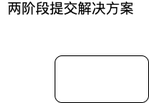
Earlier version of the draw.io export 关于分布式事务解决方案.drawio.png (LiuRuiXiang/dro). Source tidied: cells renumbered, new cells last; positions are measured from the earlier drawing's top-left corner, leaving out a move shared by most shapes.
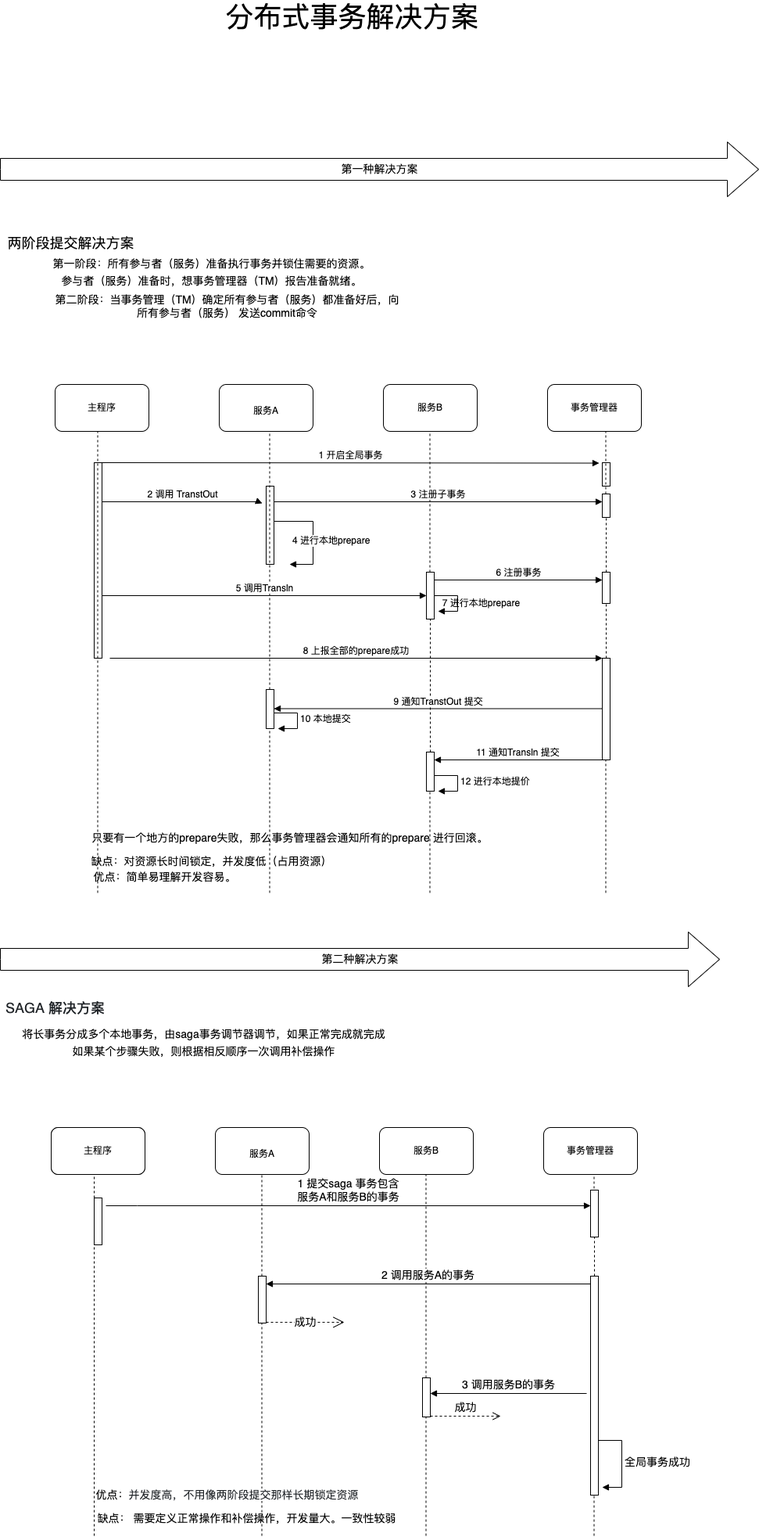
The same diagram one commit later.

Commit message:
更新关于分布式事务解决方案.drawio.png

What changed in the source:
```diff
@@ -2,11 +2,331 @@
   <root>
     <mxCell id="0" />
     <mxCell id="1" parent="0" />
-    <mxCell id="2" style="rounded=1;whiteSpace=wrap;html=1;" parent="1" vertex="1">
-      <mxGeometry x="70" y="70" width="120" height="60" as="geometry" />
+    <mxCell id="2" value="主程序" style="rounded=1;whiteSpace=wrap;html=1;" parent="1" vertex="1">
+      <mxGeometry x="30" y="150" width="120" height="60" as="geometry" />
     </mxCell>
     <mxCell id="3" value="&lt;font style=&quot;font-size: 18px&quot;&gt;两阶段提交解决方案&lt;br&gt;&lt;br&gt;&lt;/font&gt;" style="text;html=1;align=center;verticalAlign=middle;strokeColor=none;fillColor=none;" parent="1" vertex="1">
-      <mxGeometry width="180" height="40" as="geometry" />
+      <mxGeometry x="-40" y="-40" width="180" height="40" as="geometry" />
     </mxCell>
+    <mxCell id="4" value="&lt;font style=&quot;font-size: 14px&quot;&gt;第一阶段：所有参与者（服务）准备执行事务并锁住需要的资源。&lt;br&gt;参与者（服务）准备时，想事务管理器（TM）报告准备就绪。&lt;/font&gt;" style="text;html=1;align=center;verticalAlign=middle;strokeColor=none;fillColor=none;fontSize=18;" parent="1" vertex="1">
+      <mxGeometry x="20" y="-20" width="420" height="50" as="geometry" />
+    </mxCell>
+    <mxCell id="5" value="第二阶段：当事务管理（TM）确定所有参与者（服务）都准备好后，向&lt;br&gt;所有参与者（服务） 发送commit命令" style="text;html=1;align=center;verticalAlign=middle;strokeColor=none;fillColor=none;fontSize=14;" parent="1" vertex="1">
+      <mxGeometry x="20" y="30" width="460" height="40" as="geometry" />
+    </mxCell>
+    <mxCell id="6" value="&lt;font style=&quot;font-size: 12px&quot;&gt;服务A&lt;/font&gt;" style="rounded=1;whiteSpace=wrap;html=1;fontSize=24;" parent="1" vertex="1">
+      <mxGeometry x="240" y="150" width="120" height="60" as="geometry" />
+    </mxCell>
+    <mxCell id="7" value="服务B" style="rounded=1;whiteSpace=wrap;html=1;fontSize=12;" parent="1" vertex="1">
+      <mxGeometry x="450" y="150" width="120" height="60" as="geometry" />
+    </mxCell>
+    <mxCell id="8" value="事务管理器" style="rounded=1;whiteSpace=wrap;html=1;fontSize=12;" parent="1" vertex="1">
+      <mxGeometry x="660" y="150" width="120" height="60" as="geometry" />
+    </mxCell>
+    <mxCell id="9" style="html=1;perimeter=orthogonalPerimeter;fontSize=12;" parent="1" vertex="1">
+      <mxGeometry x="80" y="250" width="10" height="250" as="geometry" />
+    </mxCell>
+    <mxCell id="10" style="html=1;points=[];perimeter=orthogonalPerimeter;fontSize=12;" parent="1" vertex="1">
+      <mxGeometry x="730" y="250" width="10" height="30" as="geometry" />
+    </mxCell>
+    <mxCell id="11" value="1 开启全局事务" style="html=1;verticalAlign=bottom;endArrow=block;rounded=0;fontSize=12;entryX=-0.4;entryY=0.019;entryDx=0;entryDy=0;entryPerimeter=0;" parent="1" edge="1" target="10">
+      <mxGeometry relative="1" as="geometry">
+        <mxPoint x="90" y="250" as="sourcePoint" />
+      </mxGeometry>
+    </mxCell>
+    <mxCell id="12" style="html=1;points=[];perimeter=orthogonalPerimeter;fontSize=12;" parent="1" vertex="1">
+      <mxGeometry x="300" y="280" width="10" height="100" as="geometry" />
+    </mxCell>
+    <mxCell id="13" value="2 调用 TranstOut" style="html=1;verticalAlign=bottom;endArrow=block;rounded=0;fontSize=12;entryX=-0.5;entryY=0.22;entryDx=0;entryDy=0;entryPerimeter=0;" parent="1" edge="1" target="12">
+      <mxGeometry relative="1" as="geometry">
+        <mxPoint x="90" y="300" as="sourcePoint" />
+        <Array as="points">
+          <mxPoint x="290" y="300" />
+        </Array>
+      </mxGeometry>
+    </mxCell>
+    <mxCell id="14" style="endArrow=none;dashed=1;html=1;rounded=0;fontSize=12;" parent="1" edge="1">
+      <mxGeometry relative="1" as="geometry">
+        <mxPoint x="84.5" y="800" as="sourcePoint" />
+        <mxPoint x="84.5" y="210" as="targetPoint" />
+      </mxGeometry>
+    </mxCell>
+    <mxCell id="15" style="endArrow=none;dashed=1;html=1;rounded=0;fontSize=12;startArrow=none;" parent="1" edge="1" source="19">
+      <mxGeometry relative="1" as="geometry">
+        <mxPoint x="734.5" y="210" as="targetPoint" />
+      </mxGeometry>
+    </mxCell>
+    <mxCell id="16" style="endArrow=none;dashed=1;html=1;rounded=0;fontSize=12;startArrow=none;" parent="1" edge="1" source="23">
+      <mxGeometry relative="1" as="geometry">
+        <mxPoint x="509.5" y="210" as="targetPoint" />
+      </mxGeometry>
+    </mxCell>
+    <mxCell id="17" style="endArrow=none;dashed=1;html=1;rounded=0;fontSize=12;startArrow=none;" parent="1" edge="1" source="34">
+      <mxGeometry relative="1" as="geometry">
+        <mxPoint x="304.5" y="210" as="targetPoint" />
+      </mxGeometry>
+    </mxCell>
+    <mxCell id="18" value="3 注册子事务" style="html=1;verticalAlign=bottom;endArrow=block;rounded=0;fontSize=12;" parent="1" edge="1" target="19">
+      <mxGeometry relative="1" as="geometry">
+        <mxPoint x="310" y="300" as="sourcePoint" />
+      </mxGeometry>
+    </mxCell>
+    <mxCell id="19" style="html=1;points=[];perimeter=orthogonalPerimeter;fontSize=12;" parent="1" vertex="1">
+      <mxGeometry x="730" y="290" width="10" height="30" as="geometry" />
+    </mxCell>
+    <mxCell id="20" style="endArrow=none;dashed=1;html=1;rounded=0;fontSize=12;startArrow=none;" parent="1" edge="1" source="26" target="19">
+      <mxGeometry relative="1" as="geometry" />
+    </mxCell>
+    <mxCell id="21" value="4 进行本地prepare" style="edgeStyle=orthogonalEdgeStyle;html=1;align=left;spacingLeft=2;endArrow=block;rounded=0;fontSize=12;" parent="1" edge="1">
+      <mxGeometry x="-0.7" y="-25" relative="1" as="geometry">
+        <mxPoint x="310" y="325" as="sourcePoint" />
+        <mxPoint x="330" y="380" as="targetPoint" />
+        <Array as="points">
+          <mxPoint x="360" y="325" />
+          <mxPoint x="360" y="380" />
+        </Array>
+      </mxGeometry>
+    </mxCell>
+    <mxCell id="22" value="5 调用Transln" style="html=1;verticalAlign=bottom;endArrow=block;rounded=0;fontSize=12;" parent="1" edge="1" target="23">
+      <mxGeometry relative="1" as="geometry">
+        <mxPoint x="90" y="420" as="sourcePoint" />
+      </mxGeometry>
+    </mxCell>
+    <mxCell id="23" style="html=1;points=[];perimeter=orthogonalPerimeter;fontSize=12;" parent="1" vertex="1">
+      <mxGeometry x="505" y="390" width="10" height="60" as="geometry" />
+    </mxCell>
+    <mxCell id="24" style="endArrow=none;dashed=1;html=1;rounded=0;fontSize=12;startArrow=none;" parent="1" edge="1" source="38" target="23">
+      <mxGeometry relative="1" as="geometry" />
+    </mxCell>
+    <mxCell id="25" value="6 注册事务" style="html=1;verticalAlign=bottom;endArrow=block;rounded=0;fontSize=12;" parent="1" edge="1" target="26">
+      <mxGeometry relative="1" as="geometry">
+        <mxPoint x="515" y="400" as="sourcePoint" />
+      </mxGeometry>
+    </mxCell>
+    <mxCell id="26" style="html=1;points=[];perimeter=orthogonalPerimeter;fontSize=12;" parent="1" vertex="1">
+      <mxGeometry x="730" y="390" width="10" height="40" as="geometry" />
+    </mxCell>
+    <mxCell id="27" style="endArrow=none;dashed=1;html=1;rounded=0;fontSize=12;startArrow=none;" parent="1" edge="1" source="31" target="26">
+      <mxGeometry relative="1" as="geometry" />
+    </mxCell>
+    <mxCell id="28" style="edgeStyle=orthogonalEdgeStyle;html=1;align=left;spacingLeft=2;endArrow=block;rounded=0;entryX=1;entryY=0;fontSize=12;" parent="1" edge="1">
+      <mxGeometry relative="1" as="geometry">
+        <mxPoint x="515" y="420" as="sourcePoint" />
+        <mxPoint x="520" y="440" as="targetPoint" />
+        <Array as="points">
+          <mxPoint x="545" y="420" />
+        </Array>
+      </mxGeometry>
+    </mxCell>
+    <mxCell id="29" value="7 进行本地prepare" style="text;html=1;align=center;verticalAlign=middle;strokeColor=none;fillColor=none;fontSize=12;" parent="1" vertex="1">
+      <mxGeometry x="515" y="420" width="120" height="20" as="geometry" />
+    </mxCell>
+    <mxCell id="30" value="8 上报全部的prepare成功" style="html=1;verticalAlign=bottom;endArrow=block;rounded=0;fontSize=12;" parent="1" edge="1" target="31">
+      <mxGeometry relative="1" as="geometry">
+        <mxPoint x="100" y="500" as="sourcePoint" />
+      </mxGeometry>
+    </mxCell>
+    <mxCell id="31" style="html=1;points=[];perimeter=orthogonalPerimeter;fontSize=12;" parent="1" vertex="1">
+      <mxGeometry x="730" y="500" width="10" height="130" as="geometry" />
+    </mxCell>
+    <mxCell id="32" style="endArrow=none;dashed=1;html=1;rounded=0;fontSize=12;" parent="1" edge="1" target="31">
+      <mxGeometry relative="1" as="geometry">
+        <mxPoint x="734.5" y="800" as="sourcePoint" />
+      </mxGeometry>
+    </mxCell>
+    <mxCell id="33" value="9 通知TranstOut 提交" style="html=1;verticalAlign=bottom;endArrow=block;rounded=0;fontSize=12;" parent="1" edge="1" target="34">
+      <mxGeometry relative="1" as="geometry">
+        <mxPoint x="730" y="564.5" as="sourcePoint" />
+      </mxGeometry>
+    </mxCell>
+    <mxCell id="34" style="html=1;points=[];perimeter=orthogonalPerimeter;fontSize=12;" parent="1" vertex="1">
+      <mxGeometry x="300" y="540" width="10" height="50" as="geometry" />
+    </mxCell>
+    <mxCell id="35" style="endArrow=none;dashed=1;html=1;rounded=0;fontSize=12;" parent="1" edge="1" target="34">
+      <mxGeometry relative="1" as="geometry">
+        <mxPoint x="304.5" y="800" as="sourcePoint" />
+      </mxGeometry>
+    </mxCell>
+    <mxCell id="36" value="10 本地提交" style="edgeStyle=orthogonalEdgeStyle;html=1;align=left;spacingLeft=2;endArrow=block;rounded=0;entryX=1;entryY=0;fontSize=12;" parent="1" edge="1">
+      <mxGeometry relative="1" as="geometry">
+        <mxPoint x="310" y="570" as="sourcePoint" />
+        <mxPoint x="315" y="590" as="targetPoint" />
+        <Array as="points">
+          <mxPoint x="340" y="570" />
+        </Array>
+      </mxGeometry>
+    </mxCell>
+    <mxCell id="37" value="11 通知Transln 提交" style="html=1;verticalAlign=bottom;endArrow=block;rounded=0;fontSize=12;" parent="1" edge="1" target="38">
+      <mxGeometry relative="1" as="geometry">
+        <mxPoint x="730" y="630" as="sourcePoint" />
+      </mxGeometry>
+    </mxCell>
+    <mxCell id="38" style="html=1;points=[];perimeter=orthogonalPerimeter;fontSize=12;" parent="1" vertex="1">
+      <mxGeometry x="505" y="620" width="10" height="50" as="geometry" />
+    </mxCell>
+    <mxCell id="39" style="endArrow=none;dashed=1;html=1;rounded=0;fontSize=12;" parent="1" edge="1" target="38">
+      <mxGeometry relative="1" as="geometry">
+        <mxPoint x="509.5" y="800" as="sourcePoint" />
+      </mxGeometry>
+    </mxCell>
+    <mxCell id="40" value="12 进行本地提价" style="edgeStyle=orthogonalEdgeStyle;html=1;align=left;spacingLeft=2;endArrow=block;rounded=0;entryX=1;entryY=0;fontSize=12;" parent="1" edge="1">
+      <mxGeometry relative="1" as="geometry">
+        <mxPoint x="515" y="650" as="sourcePoint" />
+        <mxPoint x="520" y="670" as="targetPoint" />
+        <Array as="points">
+          <mxPoint x="545" y="650" />
+        </Array>
+      </mxGeometry>
+    </mxCell>
+    <mxCell id="41" value="&lt;span style=&quot;font-size: 14px&quot;&gt;只要有一个地方的prepare失败，那么事务管理器会通知所有的prepare 进行回滚。&lt;/span&gt;" style="text;html=1;align=center;verticalAlign=middle;strokeColor=none;fillColor=none;fontSize=12;" parent="1" vertex="1">
+      <mxGeometry x="70" y="720" width="520" height="20" as="geometry" />
+    </mxCell>
+    <mxCell id="42" value="缺点：对资源长时间锁定，并发度低（占用资源）" style="text;html=1;align=center;verticalAlign=middle;strokeColor=none;fillColor=none;fontSize=14;" parent="1" vertex="1">
+      <mxGeometry x="70" y="750" width="320" height="20" as="geometry" />
+    </mxCell>
+    <mxCell id="43" value="优点：简单易理解开发容易。" style="text;html=1;align=center;verticalAlign=middle;strokeColor=none;fillColor=none;fontSize=14;" parent="1" vertex="1">
+      <mxGeometry x="70" y="770" width="200" height="20" as="geometry" />
+    </mxCell>
+    <mxCell id="44" value="第二种解决方案" style="html=1;shadow=0;dashed=0;align=center;verticalAlign=middle;shape=mxgraph.arrows2.arrow;dy=0.6;dx=40;notch=0;fontSize=14;" parent="1" vertex="1">
+      <mxGeometry x="-40" y="850" width="920" height="70" as="geometry" />
+    </mxCell>
+    <mxCell id="45" value="第一种解决方案" style="html=1;shadow=0;dashed=0;align=center;verticalAlign=middle;shape=mxgraph.arrows2.arrow;dy=0.6;dx=40;notch=0;fontSize=14;" parent="1" vertex="1">
+      <mxGeometry x="-40" y="-160" width="970" height="70" as="geometry" />
+    </mxCell>
+    <mxCell id="46" value="&lt;span style=&quot;font-size: 36px&quot;&gt;分布式事务解决方案&lt;/span&gt;" style="text;html=1;align=center;verticalAlign=middle;strokeColor=none;fillColor=none;fontSize=14;" parent="1" vertex="1">
+      <mxGeometry x="240" y="-335" width="340" height="30" as="geometry" />
+    </mxCell>
+    <mxCell id="47" value="&lt;h3 id=&quot;item-2-6&quot; style=&quot;box-sizing: border-box ; margin: 2.25rem 0px 1rem ; font-weight: 500 ; line-height: 1.2 ; color: rgb(33 , 37 , 41) ; background-color: rgb(255 , 255 , 255)&quot;&gt;&lt;font style=&quot;font-size: 18px&quot;&gt;SAGA 解决方案&lt;/font&gt;&lt;/h3&gt;" style="text;html=1;align=center;verticalAlign=middle;strokeColor=none;fillColor=none;fontSize=36;" parent="1" vertex="1">
+      <mxGeometry x="-40" y="875" width="140" height="110" as="geometry" />
+    </mxCell>
+    <mxCell id="48" value="&lt;font style=&quot;font-size: 14px&quot;&gt;将长事务分成多个本地事务，由saga事务调节器调节，如果正常完成就完成&lt;br&gt;如果某个步骤失败，则根据相反顺序一次调用补偿操作&lt;br&gt;&lt;/font&gt;" style="text;html=1;align=center;verticalAlign=middle;strokeColor=none;fillColor=none;fontSize=18;" parent="1" vertex="1">
+      <mxGeometry x="-20" y="965" width="480" height="50" as="geometry" />
+    </mxCell>
+    <mxCell id="49" value="主程序" style="rounded=1;whiteSpace=wrap;html=1;fontSize=14;" parent="1" vertex="1">
+      <mxGeometry x="25" y="1100" width="120" height="60" as="geometry" />
+    </mxCell>
+    <mxCell id="50" value="主程序" style="rounded=1;whiteSpace=wrap;html=1;" parent="1" vertex="1">
+      <mxGeometry x="25" y="1100" width="120" height="60" as="geometry" />
+    </mxCell>
+    <mxCell id="51" value="&lt;font style=&quot;font-size: 12px&quot;&gt;服务A&lt;/font&gt;" style="rounded=1;whiteSpace=wrap;html=1;fontSize=24;" parent="1" vertex="1">
+      <mxGeometry x="235" y="1100" width="120" height="60" as="geometry" />
+    </mxCell>
+    <mxCell id="52" value="服务B" style="rounded=1;whiteSpace=wrap;html=1;fontSize=12;" parent="1" vertex="1">
+      <mxGeometry x="445" y="1100" width="120" height="60" as="geometry" />
+    </mxCell>
+    <mxCell id="53" value="事务管理器" style="rounded=1;whiteSpace=wrap;html=1;fontSize=12;" parent="1" vertex="1">
+      <mxGeometry x="655" y="1100" width="120" height="60" as="geometry" />
+    </mxCell>
+    <mxCell id="54" style="endArrow=none;dashed=1;html=1;rounded=0;fontSize=14;startArrow=none;" parent="1" edge="1" source="58">
+      <mxGeometry relative="1" as="geometry">
+        <mxPoint x="80" y="1160" as="targetPoint" />
+      </mxGeometry>
+    </mxCell>
+    <mxCell id="55" style="endArrow=none;dashed=1;html=1;rounded=0;fontSize=14;startArrow=none;" parent="1" edge="1" source="68">
+      <mxGeometry relative="1" as="geometry">
+        <mxPoint x="294.5" y="1160" as="targetPoint" />
+      </mxGeometry>
+    </mxCell>
+    <mxCell id="56" style="endArrow=none;dashed=1;html=1;rounded=0;fontSize=14;startArrow=none;" parent="1" edge="1" source="72">
+      <mxGeometry relative="1" as="geometry">
+        <mxPoint x="504.5" y="1160" as="targetPoint" />
+      </mxGeometry>
+    </mxCell>
+    <mxCell id="57" style="endArrow=none;dashed=1;html=1;rounded=0;fontSize=14;startArrow=none;" parent="1" edge="1" source="61">
+      <mxGeometry relative="1" as="geometry">
+        <mxPoint x="719.5" y="1160" as="targetPoint" />
+      </mxGeometry>
+    </mxCell>
+    <mxCell id="58" style="html=1;points=[];perimeter=orthogonalPerimeter;fontSize=14;" parent="1" vertex="1">
+      <mxGeometry x="80" y="1190" width="10" height="60" as="geometry" />
+    </mxCell>
+    <mxCell id="59" style="endArrow=none;dashed=1;html=1;rounded=0;fontSize=14;" parent="1" edge="1" target="58">
+      <mxGeometry relative="1" as="geometry">
+        <mxPoint x="80" y="1622" as="sourcePoint" />
+      </mxGeometry>
+    </mxCell>
+    <mxCell id="60" value="1 提交saga 事务包含&lt;br&gt;服务A和服务B的事务" style="html=1;verticalAlign=bottom;endArrow=block;rounded=0;fontSize=14;" parent="1" edge="1" target="63">
+      <mxGeometry relative="1" as="geometry">
+        <mxPoint x="95" y="1200" as="sourcePoint" />
+        <Array as="points">
+          <mxPoint x="135" y="1200" />
+        </Array>
+      </mxGeometry>
+    </mxCell>
+    <mxCell id="61" style="html=1;points=[];perimeter=orthogonalPerimeter;fontSize=14;" parent="1" vertex="1">
+      <mxGeometry x="715" y="1190" width="10" height="40" as="geometry" />
+    </mxCell>
+    <mxCell id="62" style="endArrow=none;dashed=1;html=1;rounded=0;fontSize=14;startArrow=none;" parent="1" edge="1" source="63" target="61">
+      <mxGeometry relative="1" as="geometry" />
+    </mxCell>
+    <mxCell id="63" style="html=1;points=[];perimeter=orthogonalPerimeter;fontSize=14;" parent="1" vertex="1">
+      <mxGeometry x="715" y="1180" width="10" height="60" as="geometry" />
+    </mxCell>
+    <mxCell id="64" style="endArrow=none;dashed=1;html=1;rounded=0;fontSize=14;startArrow=none;" parent="1" edge="1" source="65" target="63">
+      <mxGeometry relative="1" as="geometry" />
+    </mxCell>
+    <mxCell id="65" style="html=1;points=[];perimeter=orthogonalPerimeter;fontSize=14;" parent="1" vertex="1">
+      <mxGeometry x="715" y="1290" width="10" height="280" as="geometry" />
+    </mxCell>
+    <mxCell id="66" style="endArrow=none;dashed=1;html=1;rounded=0;fontSize=14;" parent="1" edge="1" target="65">
+      <mxGeometry relative="1" as="geometry">
+        <mxPoint x="719.5" y="1622" as="sourcePoint" />
+      </mxGeometry>
+    </mxCell>
+    <mxCell id="67" value="2 调用服务A的事务" style="html=1;verticalAlign=bottom;endArrow=block;rounded=0;fontSize=14;" parent="1" edge="1" target="68">
+      <mxGeometry relative="1" as="geometry">
+        <mxPoint x="715" y="1300" as="sourcePoint" />
+      </mxGeometry>
+    </mxCell>
+    <mxCell id="68" style="html=1;points=[];perimeter=orthogonalPerimeter;fontSize=14;" parent="1" vertex="1">
+      <mxGeometry x="290" y="1290" width="10" height="60" as="geometry" />
+    </mxCell>
+    <mxCell id="69" style="endArrow=none;dashed=1;html=1;rounded=0;fontSize=14;" parent="1" edge="1" target="68">
+      <mxGeometry relative="1" as="geometry">
+        <mxPoint x="294.5" y="1622" as="sourcePoint" />
+      </mxGeometry>
+    </mxCell>
+    <mxCell id="70" value="成功" style="endArrow=open;endSize=12;dashed=1;html=1;rounded=0;fontSize=14;" parent="1" edge="1">
+      <mxGeometry relative="1" as="geometry">
+        <mxPoint x="300" y="1349" as="sourcePoint" />
+        <mxPoint x="400" y="1349" as="targetPoint" />
+      </mxGeometry>
+    </mxCell>
+    <mxCell id="71" value="3 调用服务B的事务" style="html=1;verticalAlign=bottom;endArrow=block;rounded=0;fontSize=14;" parent="1" edge="1" target="72">
+      <mxGeometry relative="1" as="geometry">
+        <mxPoint x="710" y="1440" as="sourcePoint" />
+      </mxGeometry>
+    </mxCell>
+    <mxCell id="72" style="html=1;points=[];perimeter=orthogonalPerimeter;fontSize=14;" parent="1" vertex="1">
+      <mxGeometry x="500" y="1420" width="10" height="50" as="geometry" />
+    </mxCell>
+    <mxCell id="73" style="endArrow=none;dashed=1;html=1;rounded=0;fontSize=14;" parent="1" edge="1" target="72">
+      <mxGeometry relative="1" as="geometry">
+        <mxPoint x="504.5" y="1622" as="sourcePoint" />
+      </mxGeometry>
+    </mxCell>
+    <mxCell id="74" value="成功" style="html=1;verticalAlign=bottom;endArrow=open;dashed=1;endSize=8;rounded=0;fontSize=14;" parent="1" edge="1">
+      <mxGeometry relative="1" as="geometry">
+        <mxPoint x="510" y="1469" as="sourcePoint" />
+        <mxPoint x="600" y="1469" as="targetPoint" />
+      </mxGeometry>
+    </mxCell>
+    <mxCell id="75" value="全局事务成功" style="edgeStyle=orthogonalEdgeStyle;html=1;align=left;spacingLeft=2;endArrow=block;rounded=0;fontSize=14;" parent="1" edge="1">
+      <mxGeometry relative="1" as="geometry">
+        <mxPoint x="725" y="1500" as="sourcePoint" />
+        <mxPoint x="730" y="1560" as="targetPoint" />
+        <Array as="points">
+          <mxPoint x="755" y="1500" />
+          <mxPoint x="755" y="1560" />
+          <mxPoint x="730" y="1560" />
+        </Array>
+      </mxGeometry>
+    </mxCell>
+    <mxCell id="76" value="优点：&lt;span style=&quot;background-color: rgb(255 , 255 , 255) ; color: rgb(33 , 37 , 41)&quot;&gt;&lt;font style=&quot;font-size: 14px&quot;&gt;并发度高，不用像两阶段提交那样长期锁定资源&lt;br&gt;&lt;/font&gt;&lt;/span&gt;" style="text;html=1;align=center;verticalAlign=middle;strokeColor=none;fillColor=none;fontSize=14;" parent="1" vertex="1">
+      <mxGeometry x="75" y="1560" width="350" height="20" as="geometry" />
+    </mxCell>
+    <mxCell id="77" value="缺点： 需要定义正常操作和补偿操作，开发量大。一致性较弱" style="text;html=1;align=center;verticalAlign=middle;strokeColor=none;fillColor=none;fontSize=14;fontFamily=Helvetica;" parent="1" vertex="1">
+      <mxGeometry x="75" y="1590" width="400" height="20" as="geometry" />
+    </mxCell>
   </root>
 </mxGraphModel>
```
